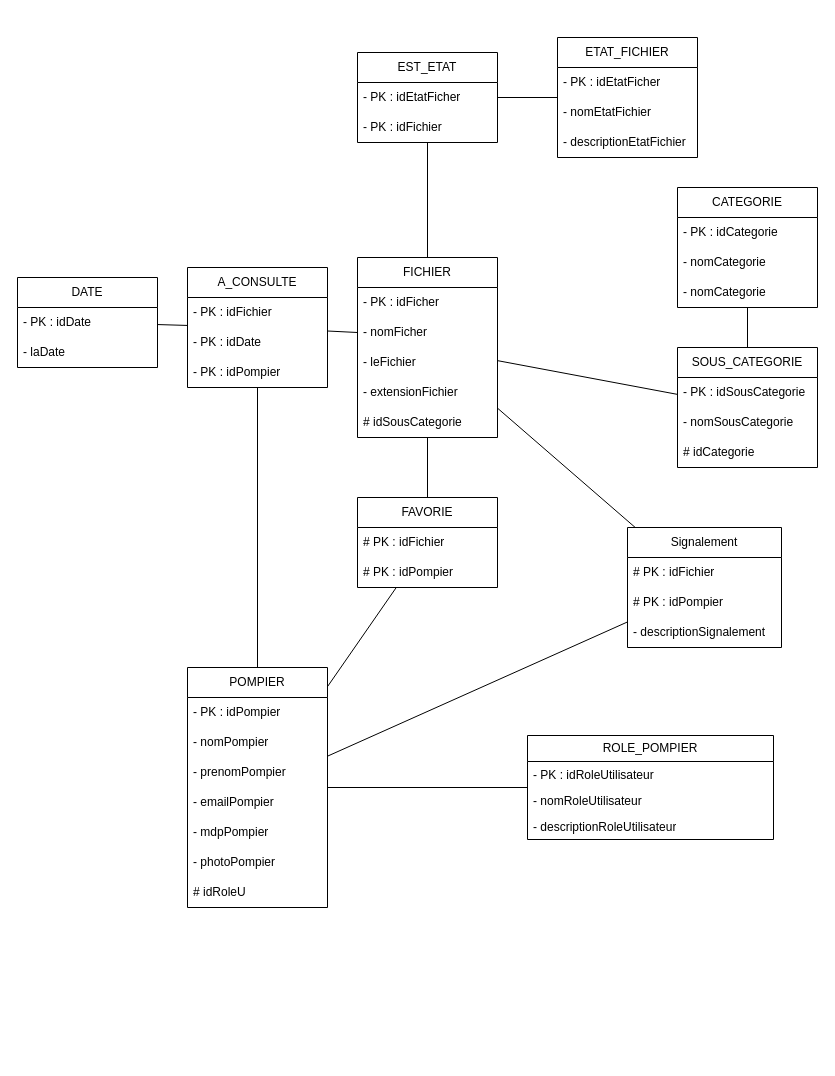
The draw.io diagram page "MLD" (3 of 5) of docs/UML.drawio in Nathan-Etave/Hades, before the edit. Source tidied: cells renumbered, new cells numbered last; positions are measured from the earlier drawing's top-left corner, leaving out a move shared by most shapes. Both pictures are drawn from the tidied source at 100%, with x=0, y=0 at pixel (17, 37).
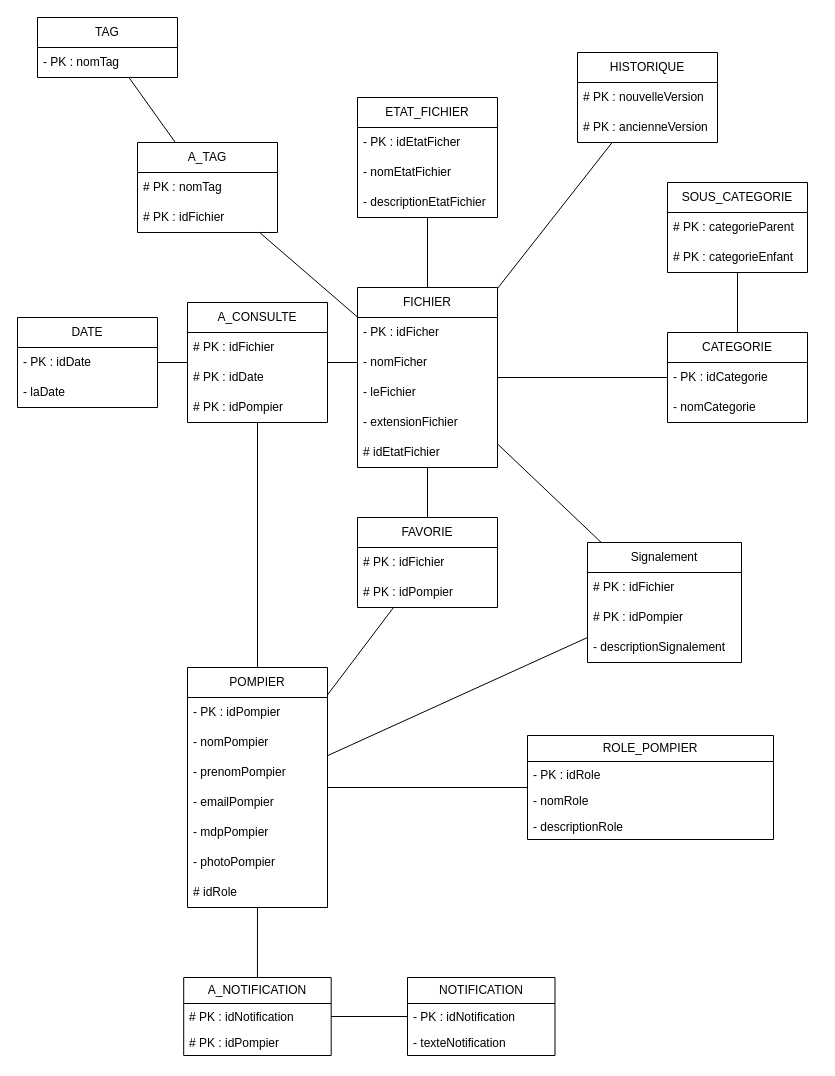
Above is the later version.

Unchanged cells that the change refers to:
```xml
<mxCell id="2" value="ROLE_POMPIER" style="swimlane;fontStyle=0;horizontal=1;startSize=26;fillColor=none;whiteSpace=wrap;html=1;" parent="1" vertex="1">
  <mxGeometry x="510" y="698" width="246" height="104" as="geometry" />
</mxCell>
<mxCell id="6" value="POMPIER" style="swimlane;fontStyle=0;horizontal=1;startSize=30;whiteSpace=wrap;html=1;" parent="1" vertex="1">
  <mxGeometry x="170" y="630" width="140" height="240" as="geometry" />
</mxCell>
```

The edit, as a diff of the source:
```diff
@@
-    <mxCell id="3" value="- PK : idRoleUtilisateur" style="text;strokeColor=none;fillColor=none;align=left;verticalAlign=top;spacingLeft=4;spacingRight=4;overflow=hidden;whiteSpace=wrap;html=1;" parent="2" vertex="1">
+    <mxCell id="3" value="- PK : idRole" style="text;strokeColor=none;fillColor=none;align=left;verticalAlign=top;spacingLeft=4;spacingRight=4;overflow=hidden;whiteSpace=wrap;html=1;" parent="2" vertex="1">
       <mxGeometry y="26" width="246" height="26" as="geometry" />
     </mxCell>
-    <mxCell id="4" value="- nomRoleUtilisateur" style="text;strokeColor=none;fillColor=none;align=left;verticalAlign=top;spacingLeft=4;spacingRight=4;overflow=hidden;whiteSpace=wrap;html=1;" parent="2" vertex="1">
+    <mxCell id="4" value="- nomRole" style="text;strokeColor=none;fillColor=none;align=left;verticalAlign=top;spacingLeft=4;spacingRight=4;overflow=hidden;whiteSpace=wrap;html=1;" parent="2" vertex="1">
       <mxGeometry y="52" width="246" height="26" as="geometry" />
     </mxCell>
-    <mxCell id="5" value="- descriptionRoleUtilisateur" style="text;strokeColor=none;fillColor=none;align=left;verticalAlign=top;spacingLeft=4;spacingRight=4;overflow=hidden;whiteSpace=wrap;html=1;" parent="2" vertex="1">
+    <mxCell id="5" value="- descriptionRole" style="text;strokeColor=none;fillColor=none;align=left;verticalAlign=top;spacingLeft=4;spacingRight=4;overflow=hidden;whiteSpace=wrap;html=1;" parent="2" vertex="1">
       <mxGeometry y="78" width="246" height="26" as="geometry" />
     </mxCell>
@@
-    <mxCell id="13" value="# idRoleU" style="text;strokeColor=none;fillColor=none;align=left;verticalAlign=middle;spacingLeft=4;spacingRight=4;overflow=hidden;whiteSpace=wrap;html=1;" parent="6" vertex="1">
+    <mxCell id="13" value="# idRole" style="text;strokeColor=none;fillColor=none;align=left;verticalAlign=middle;spacingLeft=4;spacingRight=4;overflow=hidden;whiteSpace=wrap;html=1;" parent="6" vertex="1">
       <mxGeometry y="210" width="140" height="30" as="geometry" />
     </mxCell>
     <mxCell id="14" value="CATEGORIE" style="swimlane;fontStyle=0;horizontal=1;startSize=30;whiteSpace=wrap;html=1;" parent="1" vertex="1">
-      <mxGeometry x="660" y="150" width="140" height="120" as="geometry" />
+      <mxGeometry x="650" y="295" width="140" height="90" as="geometry" />
     </mxCell>
@@
-    <mxCell id="17" value="- nomCategorie" style="text;strokeColor=none;fillColor=none;align=left;verticalAlign=middle;spacingLeft=4;spacingRight=4;overflow=hidden;whiteSpace=wrap;html=1;" parent="14" vertex="1">
-      <mxGeometry y="90" width="140" height="30" as="geometry" />
-    </mxCell>
     <mxCell id="18" value="SOUS_CATEGORIE" style="swimlane;fontStyle=0;horizontal=1;startSize=30;whiteSpace=wrap;html=1;" parent="1" vertex="1">
-      <mxGeometry x="660" y="310" width="140" height="120" as="geometry" />
+      <mxGeometry x="650" y="145" width="140" height="90" as="geometry" />
     </mxCell>
-    <mxCell id="19" value="- PK : idSousCategorie" style="text;strokeColor=none;fillColor=none;align=left;verticalAlign=middle;spacingLeft=4;spacingRight=4;overflow=hidden;whiteSpace=wrap;html=1;" parent="18" vertex="1">
+    <mxCell id="19" value="# PK : categorieParent" style="text;strokeColor=none;fillColor=none;align=left;verticalAlign=middle;spacingLeft=4;spacingRight=4;overflow=hidden;whiteSpace=wrap;html=1;" parent="18" vertex="1">
       <mxGeometry y="30" width="140" height="30" as="geometry" />
     </mxCell>
-    <mxCell id="20" value="- nomSousCategorie" style="text;strokeColor=none;fillColor=none;align=left;verticalAlign=middle;spacingLeft=4;spacingRight=4;overflow=hidden;whiteSpace=wrap;html=1;" parent="18" vertex="1">
-      <mxGeometry y="60" width="140" height="30" as="geometry" />
-    </mxCell>
-    <mxCell id="21" value="# idCategorie" style="text;strokeColor=none;fillColor=none;align=left;verticalAlign=middle;spacingLeft=4;spacingRight=4;overflow=hidden;whiteSpace=wrap;html=1;" parent="18" vertex="1">
-      <mxGeometry y="90" width="140" height="30" as="geometry" />
+    <mxCell id="21" value="# PK : categorieEnfant" style="text;strokeColor=none;fillColor=none;align=left;verticalAlign=middle;spacingLeft=4;spacingRight=4;overflow=hidden;whiteSpace=wrap;html=1;" parent="18" vertex="1">
+      <mxGeometry y="60" width="140" height="30" as="geometry" />
     </mxCell>
     <mxCell id="22" value="FICHIER" style="swimlane;fontStyle=0;horizontal=1;startSize=30;whiteSpace=wrap;html=1;" parent="1" vertex="1">
-      <mxGeometry x="340" y="220" width="140" height="180" as="geometry" />
+      <mxGeometry x="340" y="250" width="140" height="180" as="geometry" />
     </mxCell>
@@
-    <mxCell id="27" value="# idSousCategorie" style="text;strokeColor=none;fillColor=none;align=left;verticalAlign=middle;spacingLeft=4;spacingRight=4;overflow=hidden;whiteSpace=wrap;html=1;" parent="22" vertex="1">
+    <mxCell id="27" value="# idEtatFichier" style="text;strokeColor=none;fillColor=none;align=left;verticalAlign=middle;spacingLeft=4;spacingRight=4;overflow=hidden;whiteSpace=wrap;html=1;" parent="22" vertex="1">
       <mxGeometry y="150" width="140" height="30" as="geometry" />
     </mxCell>
@@
-    <mxCell id="29" value="ETAT_FICHIER" style="swimlane;fontStyle=0;horizontal=1;startSize=30;whiteSpace=wrap;html=1;" parent="1" vertex="1">
-      <mxGeometry x="540" width="140" height="120" as="geometry" />
-    </mxCell>
-    <mxCell id="30" value="- PK : idEtatFicher" style="text;strokeColor=none;fillColor=none;align=left;verticalAlign=middle;spacingLeft=4;spacingRight=4;overflow=hidden;whiteSpace=wrap;html=1;" parent="29" vertex="1">
-      <mxGeometry y="30" width="140" height="30" as="geometry" />
-    </mxCell>
-    <mxCell id="31" value="- nomEtatFichier" style="text;strokeColor=none;fillColor=none;align=left;verticalAlign=middle;spacingLeft=4;spacingRight=4;overflow=hidden;whiteSpace=wrap;html=1;" parent="29" vertex="1">
-      <mxGeometry y="60" width="140" height="30" as="geometry" />
-    </mxCell>
-    <mxCell id="32" value="- descriptionEtatFichier" style="text;strokeColor=none;fillColor=none;align=left;verticalAlign=middle;spacingLeft=4;spacingRight=4;overflow=hidden;whiteSpace=wrap;html=1;" parent="29" vertex="1">
-      <mxGeometry y="90" width="140" height="30" as="geometry" />
-    </mxCell>
@@
-    <mxCell id="34" style="endArrow=none;html=1;rounded=0;" parent="1" edge="1" source="45" target="29">
-      <mxGeometry relative="1" as="geometry" />
-    </mxCell>
@@
-    <mxCell id="36" style="endArrow=none;html=1;rounded=0;" parent="1" edge="1" source="22" target="45">
+    <mxCell id="36" style="endArrow=none;html=1;rounded=0;" parent="1" edge="1" source="22" target="61">
       <mxGeometry relative="1" as="geometry" />
     </mxCell>
@@
-    <mxCell id="38" style="endArrow=none;html=1;rounded=0;" parent="1" edge="1" source="22" target="18">
+    <mxCell id="38" style="endArrow=none;html=1;rounded=0;" parent="1" edge="1" source="22" target="14">
       <mxGeometry relative="1" as="geometry" />
     </mxCell>
@@
     <mxCell id="42" value="DATE" style="swimlane;fontStyle=0;horizontal=1;startSize=30;whiteSpace=wrap;html=1;" parent="1" vertex="1">
-      <mxGeometry y="240" width="140" height="90" as="geometry" />
+      <mxGeometry y="280" width="140" height="90" as="geometry" />
     </mxCell>
@@
-    <mxCell id="45" value="EST_ETAT" style="swimlane;fontStyle=0;horizontal=1;startSize=30;whiteSpace=wrap;html=1;" parent="1" vertex="1">
-      <mxGeometry x="340" y="15" width="140" height="90" as="geometry" />
-    </mxCell>
-    <mxCell id="46" value="- PK : idEtatFicher" style="text;strokeColor=none;fillColor=none;align=left;verticalAlign=middle;spacingLeft=4;spacingRight=4;overflow=hidden;whiteSpace=wrap;html=1;" parent="45" vertex="1">
-      <mxGeometry y="30" width="140" height="30" as="geometry" />
-    </mxCell>
-    <mxCell id="47" value="- PK : idFichier" style="text;strokeColor=none;fillColor=none;align=left;verticalAlign=middle;spacingLeft=4;spacingRight=4;overflow=hidden;whiteSpace=wrap;html=1;" parent="45" vertex="1">
-      <mxGeometry y="60" width="140" height="30" as="geometry" />
-    </mxCell>
     <mxCell id="48" value="A_CONSULTE" style="swimlane;fontStyle=0;horizontal=1;startSize=30;whiteSpace=wrap;html=1;" parent="1" vertex="1">
-      <mxGeometry x="170" y="230" width="140" height="120" as="geometry" />
+      <mxGeometry x="170" y="265" width="140" height="120" as="geometry" />
     </mxCell>
-    <mxCell id="49" value="- PK : idFichier" style="text;strokeColor=none;fillColor=none;align=left;verticalAlign=middle;spacingLeft=4;spacingRight=4;overflow=hidden;whiteSpace=wrap;html=1;" parent="48" vertex="1">
+    <mxCell id="49" value="# PK : idFichier" style="text;strokeColor=none;fillColor=none;align=left;verticalAlign=middle;spacingLeft=4;spacingRight=4;overflow=hidden;whiteSpace=wrap;html=1;" parent="48" vertex="1">
       <mxGeometry y="30" width="140" height="30" as="geometry" />
     </mxCell>
-    <mxCell id="50" value="- PK : idDate" style="text;strokeColor=none;fillColor=none;align=left;verticalAlign=middle;spacingLeft=4;spacingRight=4;overflow=hidden;whiteSpace=wrap;html=1;" parent="48" vertex="1">
+    <mxCell id="50" value="# PK : idDate" style="text;strokeColor=none;fillColor=none;align=left;verticalAlign=middle;spacingLeft=4;spacingRight=4;overflow=hidden;whiteSpace=wrap;html=1;" parent="48" vertex="1">
       <mxGeometry y="60" width="140" height="30" as="geometry" />
     </mxCell>
-    <mxCell id="51" value="- PK : idPompier" style="text;strokeColor=none;fillColor=none;align=left;verticalAlign=middle;spacingLeft=4;spacingRight=4;overflow=hidden;whiteSpace=wrap;html=1;" parent="48" vertex="1">
+    <mxCell id="51" value="# PK : idPompier" style="text;strokeColor=none;fillColor=none;align=left;verticalAlign=middle;spacingLeft=4;spacingRight=4;overflow=hidden;whiteSpace=wrap;html=1;" parent="48" vertex="1">
       <mxGeometry y="90" width="140" height="30" as="geometry" />
     </mxCell>
     <mxCell id="52" value="FAVORIE" style="swimlane;fontStyle=0;horizontal=1;startSize=30;whiteSpace=wrap;html=1;" parent="1" vertex="1">
-      <mxGeometry x="340" y="460" width="140" height="90" as="geometry" />
+      <mxGeometry x="340" y="480" width="140" height="90" as="geometry" />
     </mxCell>
@@
     <mxCell id="55" value="Signalement" style="swimlane;fontStyle=0;horizontal=1;startSize=30;whiteSpace=wrap;html=1;" parent="1" vertex="1">
-      <mxGeometry x="610" y="490" width="154" height="120" as="geometry" />
+      <mxGeometry x="570" y="505" width="154" height="120" as="geometry" />
     </mxCell>
@@
+    <mxCell id="61" value="HISTORIQUE" style="swimlane;fontStyle=0;horizontal=1;startSize=30;whiteSpace=wrap;html=1;" parent="1" vertex="1">
+      <mxGeometry x="560" y="15" width="140" height="90" as="geometry" />
+    </mxCell>
+    <mxCell id="62" value="# PK : nouvelleVersion" style="text;strokeColor=none;fillColor=none;align=left;verticalAlign=middle;spacingLeft=4;spacingRight=4;overflow=hidden;whiteSpace=wrap;html=1;" parent="61" vertex="1">
+      <mxGeometry y="30" width="140" height="30" as="geometry" />
+    </mxCell>
+    <mxCell id="63" value="# PK : ancienneVersion " style="text;strokeColor=none;fillColor=none;align=left;verticalAlign=middle;spacingLeft=4;spacingRight=4;overflow=hidden;whiteSpace=wrap;html=1;" parent="61" vertex="1">
+      <mxGeometry y="60" width="140" height="30" as="geometry" />
+    </mxCell>
+    <mxCell id="29" value="ETAT_FICHIER" style="swimlane;fontStyle=0;horizontal=1;startSize=30;whiteSpace=wrap;html=1;" parent="1" vertex="1">
+      <mxGeometry x="340" y="60" width="140" height="120" as="geometry" />
+    </mxCell>
+    <mxCell id="64" value="- PK : idEtatFicher" style="text;strokeColor=none;fillColor=none;align=left;verticalAlign=middle;spacingLeft=4;spacingRight=4;overflow=hidden;whiteSpace=wrap;html=1;" parent="29" vertex="1">
+      <mxGeometry y="30" width="140" height="30" as="geometry" />
+    </mxCell>
+    <mxCell id="31" value="- nomEtatFichier" style="text;strokeColor=none;fillColor=none;align=left;verticalAlign=middle;spacingLeft=4;spacingRight=4;overflow=hidden;whiteSpace=wrap;html=1;" parent="29" vertex="1">
+      <mxGeometry y="60" width="140" height="30" as="geometry" />
+    </mxCell>
+    <mxCell id="32" value="- descriptionEtatFichier" style="text;strokeColor=none;fillColor=none;align=left;verticalAlign=middle;spacingLeft=4;spacingRight=4;overflow=hidden;whiteSpace=wrap;html=1;" parent="29" vertex="1">
+      <mxGeometry y="90" width="140" height="30" as="geometry" />
+    </mxCell>
+    <mxCell id="65" style="endArrow=none;html=1;rounded=0;" parent="1" edge="1" source="22" target="29">
+      <mxGeometry relative="1" as="geometry" />
+    </mxCell>
+    <mxCell id="66" value="TAG" style="swimlane;fontStyle=0;horizontal=1;startSize=30;whiteSpace=wrap;html=1;" parent="1" vertex="1">
+      <mxGeometry x="20" y="-20" width="140" height="60" as="geometry" />
+    </mxCell>
+    <mxCell id="67" value="- PK : nomTag" style="text;strokeColor=none;fillColor=none;align=left;verticalAlign=middle;spacingLeft=4;spacingRight=4;overflow=hidden;whiteSpace=wrap;html=1;" parent="66" vertex="1">
+      <mxGeometry y="30" width="140" height="30" as="geometry" />
+    </mxCell>
+    <mxCell id="68" value="A_TAG" style="swimlane;fontStyle=0;horizontal=1;startSize=30;whiteSpace=wrap;html=1;" parent="1" vertex="1">
+      <mxGeometry x="120" y="105" width="140" height="90" as="geometry" />
+    </mxCell>
+    <mxCell id="69" value="# PK : nomTag" style="text;strokeColor=none;fillColor=none;align=left;verticalAlign=middle;spacingLeft=4;spacingRight=4;overflow=hidden;whiteSpace=wrap;html=1;" parent="68" vertex="1">
+      <mxGeometry y="30" width="140" height="30" as="geometry" />
+    </mxCell>
+    <mxCell id="70" value="# PK : idFichier" style="text;strokeColor=none;fillColor=none;align=left;verticalAlign=middle;spacingLeft=4;spacingRight=4;overflow=hidden;whiteSpace=wrap;html=1;" parent="68" vertex="1">
+      <mxGeometry y="60" width="140" height="30" as="geometry" />
+    </mxCell>
+    <mxCell id="71" style="endArrow=none;html=1;rounded=0;" parent="1" edge="1" source="68" target="66">
+      <mxGeometry relative="1" as="geometry" />
+    </mxCell>
+    <mxCell id="72" style="endArrow=none;html=1;rounded=0;" parent="1" edge="1" source="22" target="68">
+      <mxGeometry relative="1" as="geometry" />
+    </mxCell>
+    <mxCell id="73" value="NOTIFICATION" style="swimlane;fontStyle=0;horizontal=1;startSize=26;fillColor=none;whiteSpace=wrap;html=1;" parent="1" vertex="1">
+      <mxGeometry x="390" y="940" width="147.5" height="78" as="geometry" />
+    </mxCell>
+    <mxCell id="74" value="- PK : idNotification" style="text;strokeColor=none;fillColor=none;align=left;verticalAlign=top;spacingLeft=4;spacingRight=4;overflow=hidden;whiteSpace=wrap;html=1;" parent="73" vertex="1">
+      <mxGeometry y="26" width="147.5" height="26" as="geometry" />
+    </mxCell>
+    <mxCell id="75" value="- texteNotification" style="text;strokeColor=none;fillColor=none;align=left;verticalAlign=top;spacingLeft=4;spacingRight=4;overflow=hidden;whiteSpace=wrap;html=1;" parent="73" vertex="1">
+      <mxGeometry y="52" width="147.5" height="26" as="geometry" />
+    </mxCell>
+    <mxCell id="76" value="A_NOTIFICATION" style="swimlane;fontStyle=0;horizontal=1;startSize=26;fillColor=none;whiteSpace=wrap;html=1;" parent="1" vertex="1">
+      <mxGeometry x="166.2" y="940" width="147.5" height="78" as="geometry" />
+    </mxCell>
+    <mxCell id="77" value="# PK : idNotification" style="text;strokeColor=none;fillColor=none;align=left;verticalAlign=top;spacingLeft=4;spacingRight=4;overflow=hidden;whiteSpace=wrap;html=1;" parent="76" vertex="1">
+      <mxGeometry y="26" width="147.5" height="26" as="geometry" />
+    </mxCell>
+    <mxCell id="78" value="# PK : idPompier" style="text;strokeColor=none;fillColor=none;align=left;verticalAlign=top;spacingLeft=4;spacingRight=4;overflow=hidden;whiteSpace=wrap;html=1;" parent="76" vertex="1">
+      <mxGeometry y="52" width="147.5" height="26" as="geometry" />
+    </mxCell>
+    <mxCell id="79" style="endArrow=none;html=1;rounded=0;" parent="1" edge="1" source="6" target="76">
+      <mxGeometry relative="1" as="geometry" />
+    </mxCell>
+    <mxCell id="80" style="endArrow=none;html=1;rounded=0;" parent="1" edge="1" source="73" target="76">
+      <mxGeometry relative="1" as="geometry" />
+    </mxCell>
```
